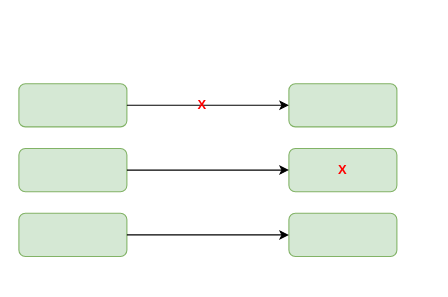
The draw.io diagram Untitled Diagram.drawio in Superjomn/_tmp_images, before the edit. Source tidied: cells renumbered, new cells numbered last; positions are measured from the earlier drawing's top-left corner, leaving out a move shared by most shapes. Both pictures are drawn from the tidied source at 108%, with x=0, y=0 at pixel (18, 83).
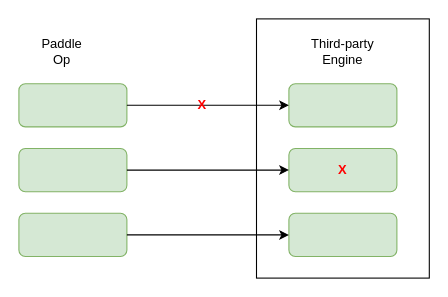
The same page after the edit.

Change to the diagram source:
```diff
@@
 <mxGraphModel>
   <root>
     <mxCell id="0" />
     <mxCell id="1" parent="0" />
+    <mxCell id="13" style="rounded=0;whiteSpace=wrap;html=1;" parent="1" vertex="1">
+      <mxGeometry x="220" y="-60" width="160" height="240" as="geometry" />
+    </mxCell>
     <mxCell id="2" style="rounded=1;whiteSpace=wrap;html=1;fillColor=#d5e8d4;strokeColor=#82b366;" parent="1" vertex="1">
       <mxGeometry width="100" height="40" as="geometry" />
     </mxCell>
     <mxCell id="3" style="rounded=1;whiteSpace=wrap;html=1;fillColor=#d5e8d4;strokeColor=#82b366;" parent="1" vertex="1">
       <mxGeometry y="60" width="100" height="40" as="geometry" />
     </mxCell>
     <mxCell id="4" style="rounded=1;whiteSpace=wrap;html=1;fillColor=#d5e8d4;strokeColor=#82b366;" parent="1" vertex="1">
       <mxGeometry y="120" width="100" height="40" as="geometry" />
     </mxCell>
     <mxCell id="5" style="rounded=1;whiteSpace=wrap;html=1;fillColor=#d5e8d4;strokeColor=#82b366;" parent="1" vertex="1">
       <mxGeometry x="250" width="100" height="40" as="geometry" />
     </mxCell>
     <mxCell id="6" style="rounded=1;whiteSpace=wrap;html=1;fillColor=#d5e8d4;strokeColor=#82b366;" parent="1" vertex="1">
       <mxGeometry x="250" y="60" width="100" height="40" as="geometry" />
     </mxCell>
     <mxCell id="7" style="rounded=1;whiteSpace=wrap;html=1;fillColor=#d5e8d4;strokeColor=#82b366;" parent="1" vertex="1">
       <mxGeometry x="250" y="120" width="100" height="40" as="geometry" />
     </mxCell>
     <mxCell id="8" style="endArrow=classic;html=1;exitX=1;exitY=0.5;exitDx=0;exitDy=0;entryX=0;entryY=0.5;entryDx=0;entryDy=0;" parent="1" edge="1" source="2" target="5">
       <mxGeometry relative="1" as="geometry" />
     </mxCell>
     <mxCell id="9" style="endArrow=classic;html=1;exitX=1;exitY=0.5;exitDx=0;exitDy=0;entryX=0;entryY=0.5;entryDx=0;entryDy=0;" parent="1" edge="1" source="3" target="6">
       <mxGeometry relative="1" as="geometry" />
     </mxCell>
     <mxCell id="10" style="endArrow=classic;html=1;exitX=1;exitY=0.5;exitDx=0;exitDy=0;entryX=0;entryY=0.5;entryDx=0;entryDy=0;" parent="1" edge="1" source="4" target="7">
       <mxGeometry relative="1" as="geometry" />
     </mxCell>
     <mxCell id="11" value="&lt;font color=&quot;#ff0000&quot;&gt;&lt;b&gt;X&lt;/b&gt;&lt;/font&gt;" style="text;html=1;strokeColor=none;fillColor=none;align=center;verticalAlign=middle;whiteSpace=wrap;rounded=0;" parent="1" vertex="1">
       <mxGeometry x="150" y="10" width="40" height="20" as="geometry" />
     </mxCell>
     <mxCell id="12" value="&lt;font color=&quot;#ff0000&quot;&gt;&lt;b&gt;X&lt;/b&gt;&lt;/font&gt;" style="text;html=1;strokeColor=none;fillColor=none;align=center;verticalAlign=middle;whiteSpace=wrap;rounded=0;" parent="1" vertex="1">
       <mxGeometry x="280" y="70" width="40" height="20" as="geometry" />
     </mxCell>
+    <mxCell id="14" value="Paddle Op" style="text;html=1;strokeColor=none;fillColor=none;align=center;verticalAlign=middle;whiteSpace=wrap;rounded=0;" parent="1" vertex="1">
+      <mxGeometry x="20" y="-40" width="40" height="20" as="geometry" />
+    </mxCell>
+    <mxCell id="15" value="Third-party Engine" style="text;html=1;strokeColor=none;fillColor=none;align=center;verticalAlign=middle;whiteSpace=wrap;rounded=0;" parent="1" vertex="1">
+      <mxGeometry x="270" y="-40" width="60" height="20" as="geometry" />
+    </mxCell>
   </root>
 </mxGraphModel>
```
